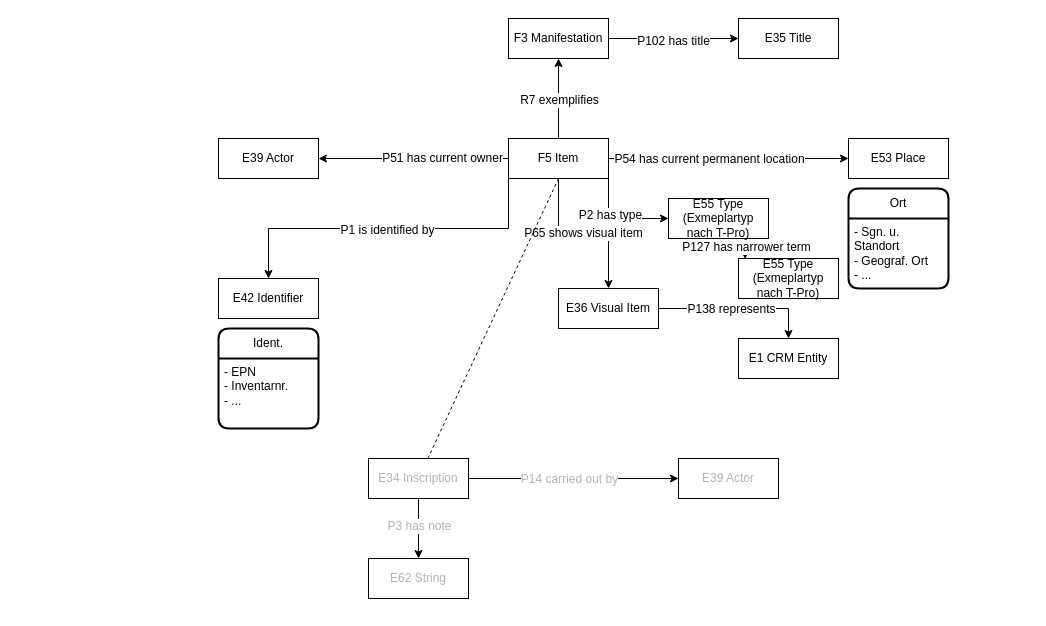
This is domain ontology library provenance.drawio from flxfschr/library-provenance-research, a draw.io file, before an edit. Source tidied: cells renumbered, new cells numbered last; positions are measured from the earlier drawing's top-left corner, leaving out a move shared by most shapes. Both pictures are drawn from the tidied source at 100%, with x=0, y=0 at pixel (218, 18).
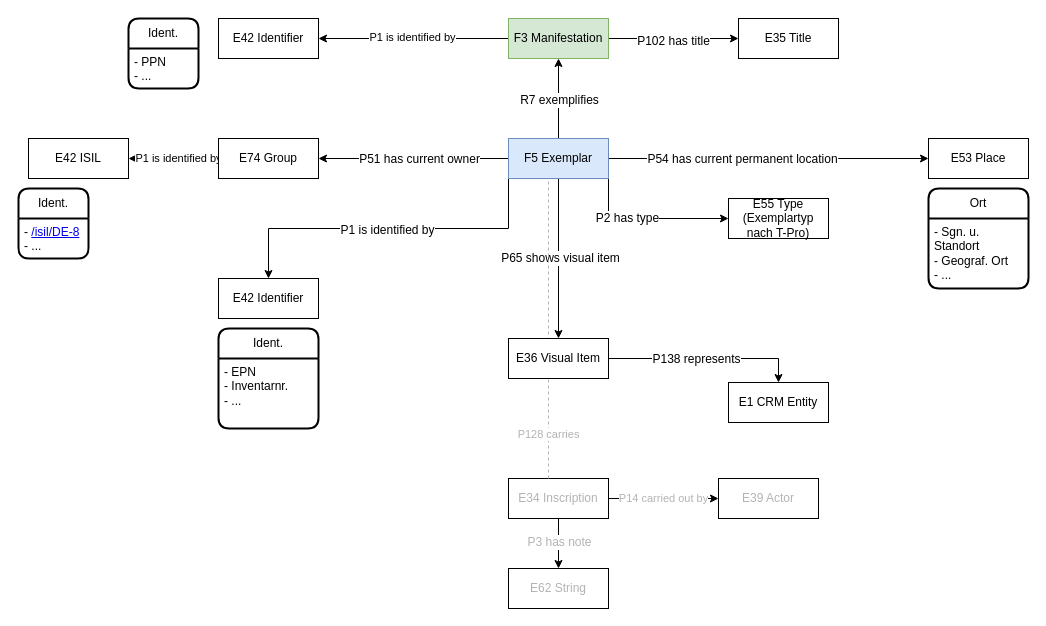
The same diagram, later.

Unchanged cells that the change refers to:
```xml
<mxCell id="6" style="edgeStyle=orthogonalEdgeStyle;rounded=0;jettySize=auto;html=1;entryX=1;entryY=0.5;entryDx=0;entryDy=0;fontSize=12;arcSize=12;" parent="1" edge="1" source="14" target="19">
  <mxGeometry relative="1" as="geometry" />
</mxCell>
```

The edit, as a diff of the source:
```diff
@@
     <mxCell id="7" value="P51 has current owner" style="edgeLabel;html=1;align=center;verticalAlign=middle;fontSize=12;arcSize=12;" parent="6" vertex="1">
-      <mxGeometry x="-0.3" y="-1" relative="1" as="geometry" />
+      <mxGeometry x="-0.3" y="-1" relative="1" as="geometry">
+        <mxPoint x="-23" y="1" as="offset" />
+      </mxGeometry>
     </mxCell>
@@
-    <mxCell id="14" value="F5 Item" style="whiteSpace=wrap;html=1;align=center;fontSize=12;arcSize=12;" parent="1" vertex="1">
+    <mxCell id="14" value="F5 Exemplar" style="whiteSpace=wrap;html=1;align=center;fontSize=12;arcSize=12;fillColor=#dae8fc;strokeColor=#6c8ebf;" parent="1" vertex="1">
       <mxGeometry x="290" y="120" width="100" height="40" as="geometry" />
     </mxCell>
@@
+    <mxCell id="42" style="edgeStyle=orthogonalEdgeStyle;rounded=0;jettySize=auto;html=1;exitX=0;exitY=0.5;exitDx=0;exitDy=0;entryX=1;entryY=0.5;entryDx=0;entryDy=0;" parent="1" edge="1" source="17" target="47">
+      <mxGeometry relative="1" as="geometry" />
+    </mxCell>
+    <mxCell id="43" value="P1 is identified by" style="edgeLabel;html=1;align=center;verticalAlign=middle;" parent="42" vertex="1">
+      <mxGeometry x="0.02" y="-2" relative="1" as="geometry" />
+    </mxCell>
-    <mxCell id="17" value="F3 Manifestation" style="whiteSpace=wrap;html=1;align=center;fontSize=12;arcSize=12;" parent="1" vertex="1">
+    <mxCell id="17" value="F3 Manifestation" style="whiteSpace=wrap;html=1;align=center;fontSize=12;arcSize=12;fillColor=#d5e8d4;strokeColor=#82b366;" parent="1" vertex="1">
       <mxGeometry x="290" width="100" height="40" as="geometry" />
     </mxCell>
     <mxCell id="18" value="E53 Place" style="whiteSpace=wrap;html=1;align=center;fontSize=12;arcSize=12;" parent="1" vertex="1">
-      <mxGeometry x="630" y="120" width="100" height="40" as="geometry" />
+      <mxGeometry x="710" y="120" width="100" height="40" as="geometry" />
     </mxCell>
+    <mxCell id="44" style="edgeStyle=orthogonalEdgeStyle;rounded=0;jettySize=auto;html=1;" parent="1" edge="1" source="19" target="50">
+      <mxGeometry relative="1" as="geometry" />
+    </mxCell>
+    <mxCell id="45" value="P1 is identified by" style="edgeLabel;html=1;align=center;verticalAlign=middle;" parent="44" vertex="1">
+      <mxGeometry x="-0.09" y="-1" relative="1" as="geometry" />
+    </mxCell>
-    <mxCell id="19" value="E39 Actor" style="whiteSpace=wrap;html=1;align=center;fontSize=12;arcSize=12;" parent="1" vertex="1">
+    <mxCell id="19" value="E74 Group" style="whiteSpace=wrap;html=1;align=center;fontSize=12;arcSize=12;" parent="1" vertex="1">
       <mxGeometry y="120" width="100" height="40" as="geometry" />
     </mxCell>
+    <mxCell id="22" style="edgeStyle=orthogonalEdgeStyle;rounded=0;jettySize=auto;html=1;fontColor=#B3B3B3;fontSize=12;arcSize=12;" parent="1" edge="1" source="24" target="32">
+      <mxGeometry relative="1" as="geometry" />
+    </mxCell>
+    <mxCell id="23" value="P3 has note" style="edgeLabel;html=1;align=center;verticalAlign=middle;fontColor=#B3B3B3;fontSize=12;arcSize=12;" parent="22" vertex="1">
+      <mxGeometry x="-0.1" relative="1" as="geometry" />
+    </mxCell>
-    <mxCell id="20" style="edgeStyle=orthogonalEdgeStyle;rounded=0;jettySize=auto;html=1;entryX=0;entryY=0.5;entryDx=0;entryDy=0;fontColor=#B3B3B3;fontSize=12;arcSize=12;" parent="1" edge="1" source="24" target="25">
-      <mxGeometry relative="1" as="geometry">
-        <Array as="points">
-          <mxPoint x="360" y="460" />
-          <mxPoint x="360" y="460" />
-        </Array>
-      </mxGeometry>
+    <mxCell id="20" style="edgeStyle=orthogonalEdgeStyle;rounded=0;jettySize=auto;html=1;" parent="1" edge="1" source="24" target="25">
+      <mxGeometry relative="1" as="geometry" />
     </mxCell>
-    <mxCell id="21" value="P14 carried out by" style="edgeLabel;html=1;align=center;verticalAlign=middle;fontColor=#B3B3B3;fontSize=12;arcSize=12;" parent="20" vertex="1">
-      <mxGeometry x="-0.4" y="1" relative="1" as="geometry">
-        <mxPoint x="37" y="1" as="offset" />
-      </mxGeometry>
+    <mxCell id="21" value="&lt;span style=&quot;color: rgb(179, 179, 179);&quot;&gt;P14 carried out by&lt;/span&gt;" style="edgeLabel;html=1;align=center;verticalAlign=middle;" parent="20" vertex="1">
+      <mxGeometry x="-0.01" y="1" relative="1" as="geometry" />
     </mxCell>
-    <mxCell id="22" style="edgeStyle=orthogonalEdgeStyle;rounded=0;jettySize=auto;html=1;fontColor=#B3B3B3;fontSize=12;arcSize=12;" parent="1" edge="1" source="24" target="32">
-      <mxGeometry relative="1" as="geometry" />
-    </mxCell>
-    <mxCell id="23" value="P3 has note" style="edgeLabel;html=1;align=center;verticalAlign=middle;fontColor=#B3B3B3;fontSize=12;arcSize=12;" parent="22" vertex="1">
-      <mxGeometry x="-0.1" relative="1" as="geometry" />
-    </mxCell>
     <mxCell id="24" value="E34 Inscription" style="whiteSpace=wrap;html=1;align=center;fontColor=#B3B3B3;fontSize=12;arcSize=12;" parent="1" vertex="1">
-      <mxGeometry x="150" y="440" width="100" height="40" as="geometry" />
+      <mxGeometry x="290" y="460" width="100" height="40" as="geometry" />
     </mxCell>
     <mxCell id="25" value="E39 Actor" style="whiteSpace=wrap;html=1;align=center;fontColor=#B3B3B3;fontSize=12;arcSize=12;" parent="1" vertex="1">
-      <mxGeometry x="460" y="440" width="100" height="40" as="geometry" />
+      <mxGeometry x="500" y="460" width="100" height="40" as="geometry" />
     </mxCell>
@@
     <mxCell id="30" value="Ort" style="swimlane;horizontal=1;startSize=30;rounded=1;fontSize=12;fontStyle=0;strokeWidth=2;shadow=0;dashed=0;align=center;arcSize=12;whiteSpace=wrap;html=1;" parent="1" vertex="1">
-      <mxGeometry x="630" y="170" width="100" height="100" as="geometry" />
+      <mxGeometry x="710" y="170" width="100" height="100" as="geometry" />
     </mxCell>
@@
     <mxCell id="32" value="E62 String" style="whiteSpace=wrap;html=1;align=center;fontColor=#B3B3B3;fontSize=12;arcSize=12;" parent="1" vertex="1">
-      <mxGeometry x="150" y="540" width="100" height="40" as="geometry" />
+      <mxGeometry x="290" y="550" width="100" height="40" as="geometry" />
     </mxCell>
-    <mxCell id="33" style="endArrow=none;dashed=1;html=1;rounded=0;entryX=0.5;entryY=1;entryDx=0;entryDy=0;fontSize=12;arcSize=12;" parent="1" edge="1" source="24" target="14">
-      <mxGeometry relative="1" as="geometry" />
+    <mxCell id="33" style="endArrow=none;dashed=1;html=1;rounded=0;entryX=0.5;entryY=1;entryDx=0;entryDy=0;fontSize=12;arcSize=12;strokeColor=#B3B3B3;" parent="1" edge="1">
+      <mxGeometry relative="1" as="geometry">
+        <mxPoint x="330" y="460" as="sourcePoint" />
+        <mxPoint x="330" y="160" as="targetPoint" />
+      </mxGeometry>
     </mxCell>
+    <mxCell id="46" value="&lt;span style=&quot;color: rgb(179, 179, 179);&quot;&gt;P128 carries&lt;/span&gt;" style="edgeLabel;html=1;align=center;verticalAlign=middle;" parent="33" vertex="1">
+      <mxGeometry x="-0.7" y="1" relative="1" as="geometry" />
+    </mxCell>
@@
     <mxCell id="36" value="E36 Visual Item" style="whiteSpace=wrap;html=1;align=center;fontSize=12;arcSize=12;" parent="1" vertex="1">
-      <mxGeometry x="340" y="270" width="100" height="40" as="geometry" />
+      <mxGeometry x="290" y="320" width="100" height="40" as="geometry" />
     </mxCell>
     <mxCell id="37" value="E1 CRM Entity" style="whiteSpace=wrap;html=1;align=center;fontSize=12;arcSize=12;" parent="1" vertex="1">
-      <mxGeometry x="520" y="320" width="100" height="40" as="geometry" />
+      <mxGeometry x="510" y="364" width="100" height="40" as="geometry" />
     </mxCell>
-    <mxCell id="38" value="E55 Type (Exmeplartyp nach T-Pro)" style="whiteSpace=wrap;html=1;align=center;fontSize=12;arcSize=12;" parent="1" vertex="1">
-      <mxGeometry x="450" y="180" width="100" height="40" as="geometry" />
+    <mxCell id="38" value="E55 Type (Exemplartyp nach T-Pro)" style="whiteSpace=wrap;html=1;align=center;fontSize=12;arcSize=12;" parent="1" vertex="1">
+      <mxGeometry x="510" y="180" width="100" height="40" as="geometry" />
     </mxCell>
-    <mxCell id="39" value="E55 Type (Exmeplartyp nach T-Pro)" style="whiteSpace=wrap;html=1;align=center;fontSize=12;arcSize=12;" parent="1" vertex="1">
-      <mxGeometry x="520" y="240" width="100" height="40" as="geometry" />
-    </mxCell>
-    <mxCell id="40" style="edgeStyle=orthogonalEdgeStyle;rounded=0;jettySize=auto;html=1;exitX=0.75;exitY=1;exitDx=0;exitDy=0;entryX=0.066;entryY=0.016;entryDx=0;entryDy=0;entryPerimeter=0;fontSize=12;arcSize=12;" parent="1" edge="1" source="38" target="39">
-      <mxGeometry relative="1" as="geometry" />
-    </mxCell>
-    <mxCell id="41" value="P127 has narrower term" style="edgeLabel;html=1;align=center;verticalAlign=middle;fontSize=12;arcSize=12;" parent="40" vertex="1">
-      <mxGeometry x="-0.13" y="1" relative="1" as="geometry" />
-    </mxCell>
+    <mxCell id="47" value="E42 Identifier" style="whiteSpace=wrap;html=1;align=center;fontSize=12;arcSize=12;" parent="1" vertex="1">
+      <mxGeometry width="100" height="40" as="geometry" />
+    </mxCell>
+    <mxCell id="48" value="Ident." style="swimlane;horizontal=1;startSize=30;rounded=1;fontSize=12;fontStyle=0;strokeWidth=2;shadow=0;dashed=0;align=center;arcSize=12;whiteSpace=wrap;html=1;" parent="1" vertex="1">
+      <mxGeometry x="-90" width="70" height="70" as="geometry" />
+    </mxCell>
+    <mxCell id="49" value="- PPN&lt;br&gt;- ..." style="align=left;strokeColor=none;fillColor=none;spacingLeft=4;spacingRight=4;fontSize=12;verticalAlign=top;html=1;whiteSpace=wrap;arcSize=12;" parent="48" vertex="1">
+      <mxGeometry y="30" width="70" height="40" as="geometry" />
+    </mxCell>
+    <mxCell id="50" value="E42 ISIL" style="whiteSpace=wrap;html=1;align=center;fontSize=12;arcSize=12;" parent="1" vertex="1">
+      <mxGeometry x="-190" y="120" width="100" height="40" as="geometry" />
+    </mxCell>
+    <mxCell id="51" value="Ident." style="swimlane;horizontal=1;startSize=30;rounded=1;fontSize=12;fontStyle=0;strokeWidth=2;shadow=0;dashed=0;align=center;arcSize=12;whiteSpace=wrap;html=1;" parent="1" vertex="1">
+      <mxGeometry x="-200" y="170" width="70" height="70" as="geometry" />
+    </mxCell>
+    <mxCell id="52" value="-&amp;nbsp;&lt;a rel=&quot;canonical&quot; href=&quot;https://isil.staatsbibliothek-berlin.de/isil/DE-8&quot;&gt;/isil/DE-8&lt;/a&gt;&lt;br&gt;- ..." style="align=left;strokeColor=none;fillColor=none;spacingLeft=4;spacingRight=4;fontSize=12;verticalAlign=top;html=1;whiteSpace=wrap;arcSize=12;" parent="51" vertex="1">
+      <mxGeometry y="30" width="70" height="40" as="geometry" />
+    </mxCell>
```
